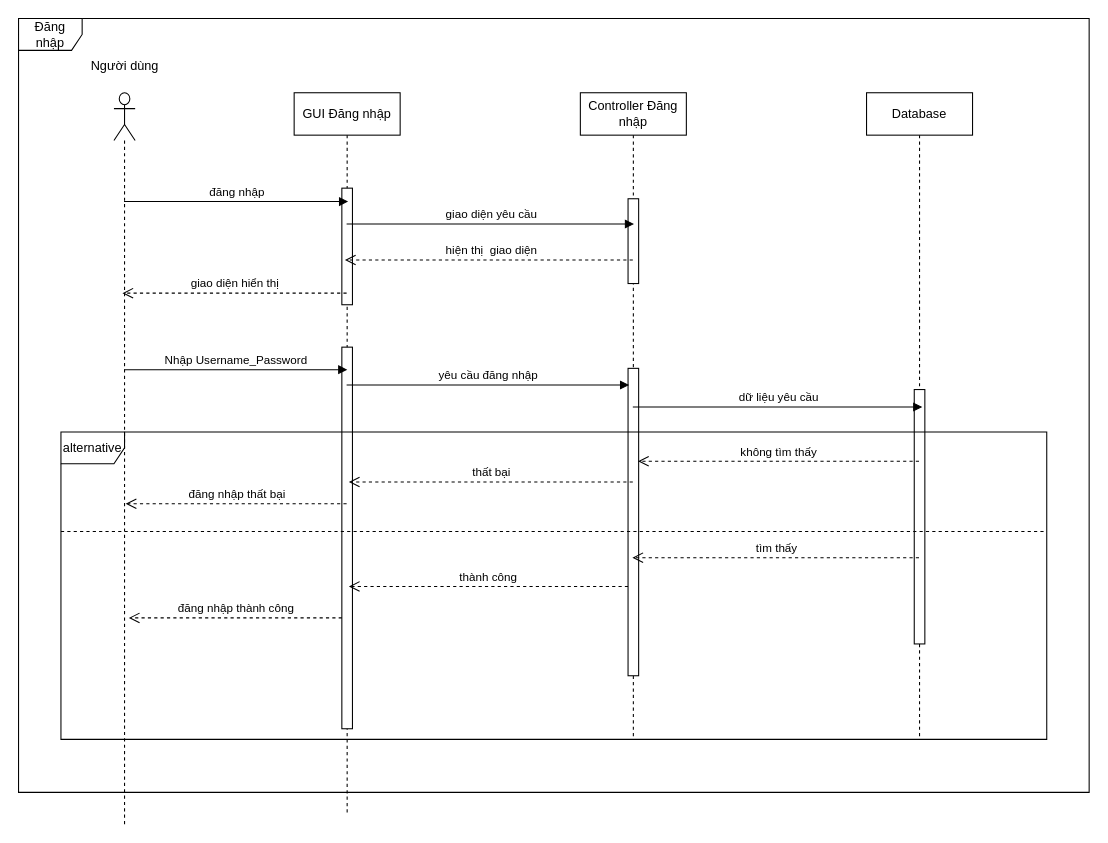
Earlier version of the draw.io diagram DN Sequence.drawio (RomJoke/K). Source tidied: cells renumbered, new cells numbered last; positions are measured from the earlier drawing's top-left corner, leaving out a move shared by most shapes. Both pictures are drawn from the tidied source at 106%, with x=0, y=0 at pixel (18, 18).
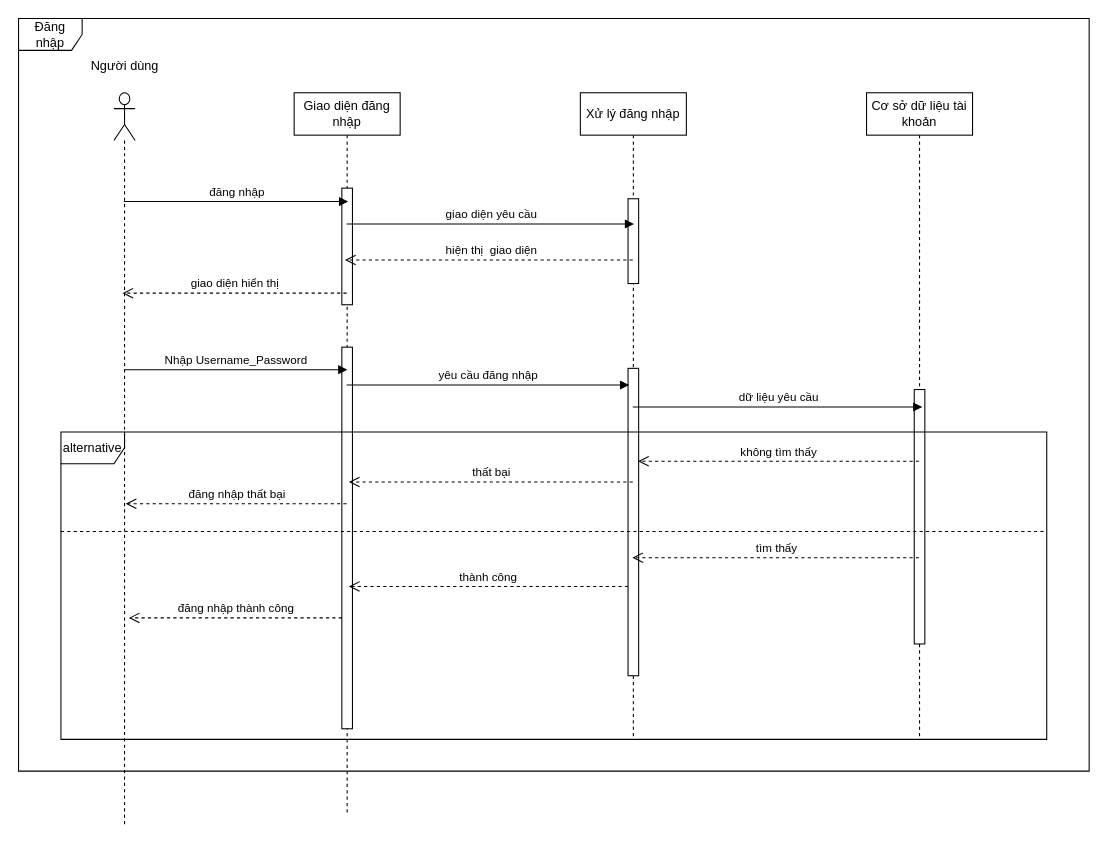
After the change.

Change to the diagram source:
```diff
@@
     <mxCell id="2" value="Đăng nhập" style="shape=umlFrame;whiteSpace=wrap;html=1;" parent="1" vertex="1">
-      <mxGeometry width="1010" height="730" as="geometry" />
+      <mxGeometry width="1010" height="710" as="geometry" />
     </mxCell>
@@
-    <mxCell id="4" value="GUI Đăng nhập" style="shape=umlLifeline;perimeter=lifelinePerimeter;whiteSpace=wrap;html=1;outlineConnect=0;portConstraint=eastwest;newEdgeStyle={&quot;curved&quot;:0,&quot;rounded&quot;:0};" parent="1" vertex="1">
+    <mxCell id="4" value="Giao diện đăng nhập" style="shape=umlLifeline;perimeter=lifelinePerimeter;whiteSpace=wrap;html=1;outlineConnect=0;portConstraint=eastwest;newEdgeStyle={&quot;curved&quot;:0,&quot;rounded&quot;:0};" parent="1" vertex="1">
       <mxGeometry x="260" y="70" width="100" height="680" as="geometry" />
     </mxCell>
@@
-    <mxCell id="8" value="Controller Đăng nhập" style="shape=umlLifeline;perimeter=lifelinePerimeter;whiteSpace=wrap;html=1;outlineConnect=0;portConstraint=eastwest;newEdgeStyle={&quot;curved&quot;:0,&quot;rounded&quot;:0};" parent="1" vertex="1">
+    <mxCell id="8" value="Xử lý đăng nhập" style="shape=umlLifeline;perimeter=lifelinePerimeter;whiteSpace=wrap;html=1;outlineConnect=0;portConstraint=eastwest;newEdgeStyle={&quot;curved&quot;:0,&quot;rounded&quot;:0};" parent="1" vertex="1">
       <mxGeometry x="530" y="70" width="100" height="610" as="geometry" />
     </mxCell>
@@
-    <mxCell id="11" value="Database" style="shape=umlLifeline;perimeter=lifelinePerimeter;whiteSpace=wrap;html=1;outlineConnect=0;portConstraint=eastwest;newEdgeStyle={&quot;curved&quot;:0,&quot;rounded&quot;:0};" parent="1" vertex="1">
+    <mxCell id="11" value="Cơ sở dữ liệu tài khoản" style="shape=umlLifeline;perimeter=lifelinePerimeter;whiteSpace=wrap;html=1;outlineConnect=0;portConstraint=eastwest;newEdgeStyle={&quot;curved&quot;:0,&quot;rounded&quot;:0};" parent="1" vertex="1">
       <mxGeometry x="800" y="70" width="100" height="610" as="geometry" />
     </mxCell>
```
